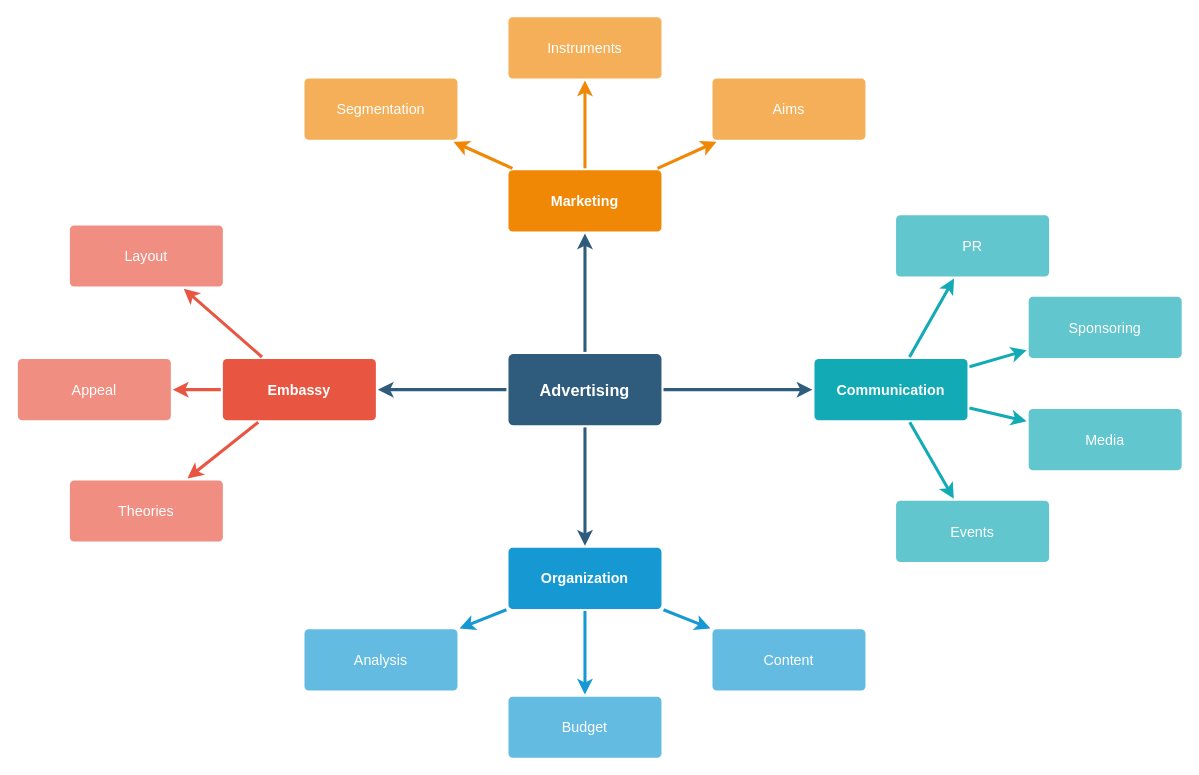
This is Диаграмма без названия.drawio from NickolasZH/study, a draw.io file, before an edit. Source tidied: cells renumbered, new cells numbered last; positions are measured from the earlier drawing's top-left corner, leaving out a move shared by most shapes. Both pictures are drawn from the tidied source at 102%, with x=0, y=0 at pixel (17, 16).
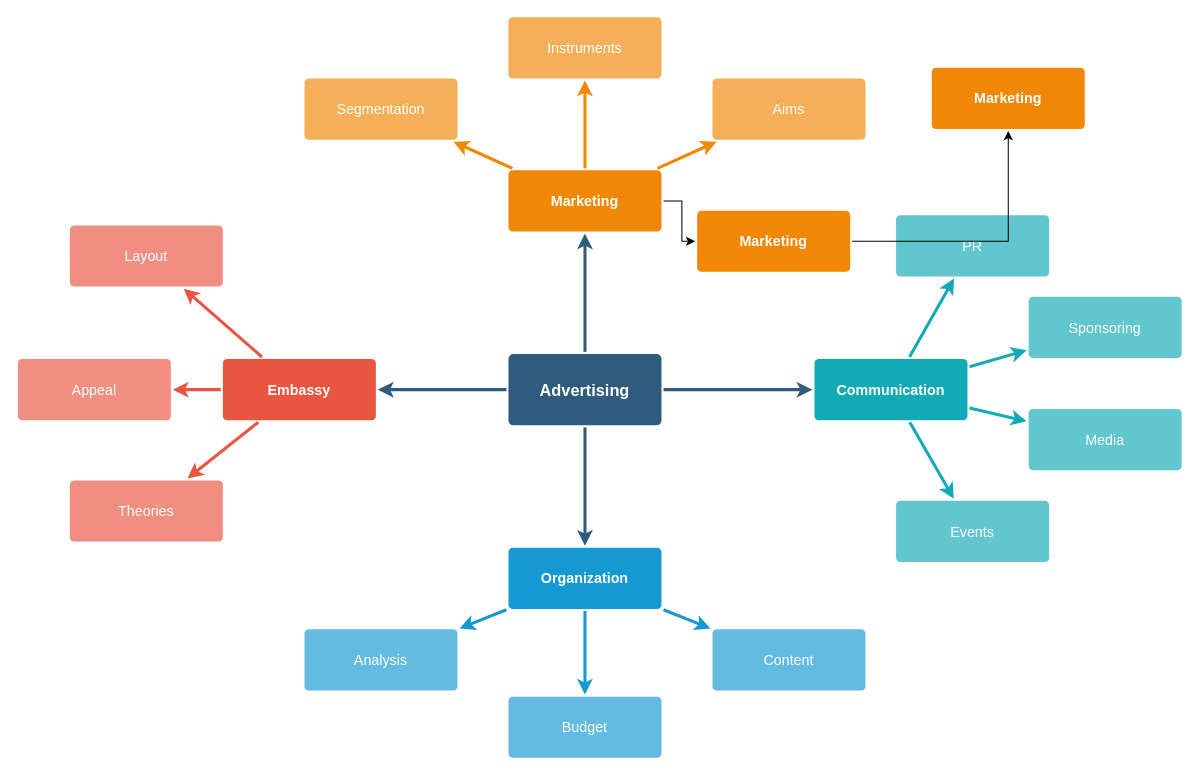
After the change.

Unchanged cells that the change refers to:
```xml
<mxCell id="21" value="Marketing" style="rounded=1;whiteSpace=wrap;html=1;shadow=0;labelBackgroundColor=none;strokeColor=none;strokeWidth=3;fillColor=#F08705;fontFamily=Helvetica;fontSize=14;fontColor=#FFFFFF;align=center;spacing=5;fontStyle=1;arcSize=7;perimeterSpacing=2;" parent="1" vertex="1">
  <mxGeometry x="481" y="150.5" width="150" height="60" as="geometry" />
</mxCell>
```

The edit, as a diff of the source:
```diff
@@
+    <mxCell id="37" style="edgeStyle=orthogonalEdgeStyle;rounded=0;jettySize=auto;html=1;exitX=1;exitY=0.5;exitDx=0;exitDy=0;entryX=0;entryY=0.5;entryDx=0;entryDy=0;" parent="1" edge="1" source="21" target="40">
+      <mxGeometry relative="1" as="geometry" />
+    </mxCell>
@@
+    <mxCell id="38" value="Marketing" style="rounded=1;whiteSpace=wrap;html=1;shadow=0;labelBackgroundColor=none;strokeColor=none;strokeWidth=3;fillColor=#F08705;fontFamily=Helvetica;fontSize=14;fontColor=#FFFFFF;align=center;spacing=5;fontStyle=1;arcSize=7;perimeterSpacing=2;" parent="1" vertex="1">
+      <mxGeometry x="896" y="50" width="150" height="60" as="geometry" />
+    </mxCell>
+    <mxCell id="39" style="edgeStyle=orthogonalEdgeStyle;rounded=0;jettySize=auto;html=1;exitX=1;exitY=0.5;exitDx=0;exitDy=0;entryX=0.5;entryY=1;entryDx=0;entryDy=0;" parent="1" edge="1" source="40" target="38">
+      <mxGeometry relative="1" as="geometry" />
+    </mxCell>
+    <mxCell id="40" value="Marketing" style="rounded=1;whiteSpace=wrap;html=1;shadow=0;labelBackgroundColor=none;strokeColor=none;strokeWidth=3;fillColor=#F08705;fontFamily=Helvetica;fontSize=14;fontColor=#FFFFFF;align=center;spacing=5;fontStyle=1;arcSize=7;perimeterSpacing=2;" parent="1" vertex="1">
+      <mxGeometry x="666" y="190" width="150" height="60" as="geometry" />
+    </mxCell>
```
